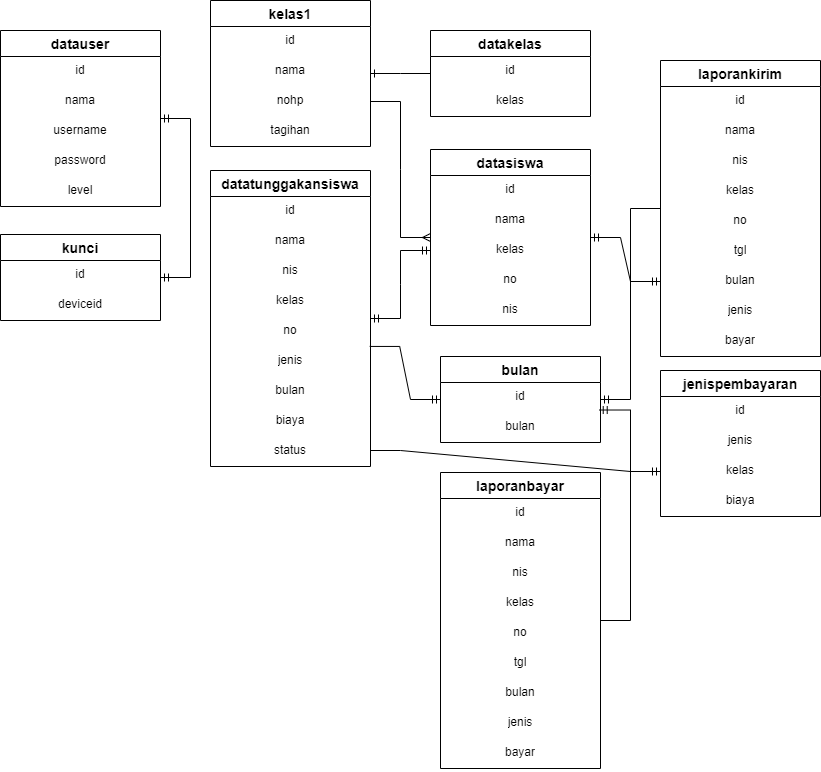
The draw.io diagram ERD.drawio.png in Dityaren/Diagram, before a commit. Source tidied: cells renumbered, new cells last; positions are measured from the earlier drawing's top-left corner, leaving out a move shared by most shapes.
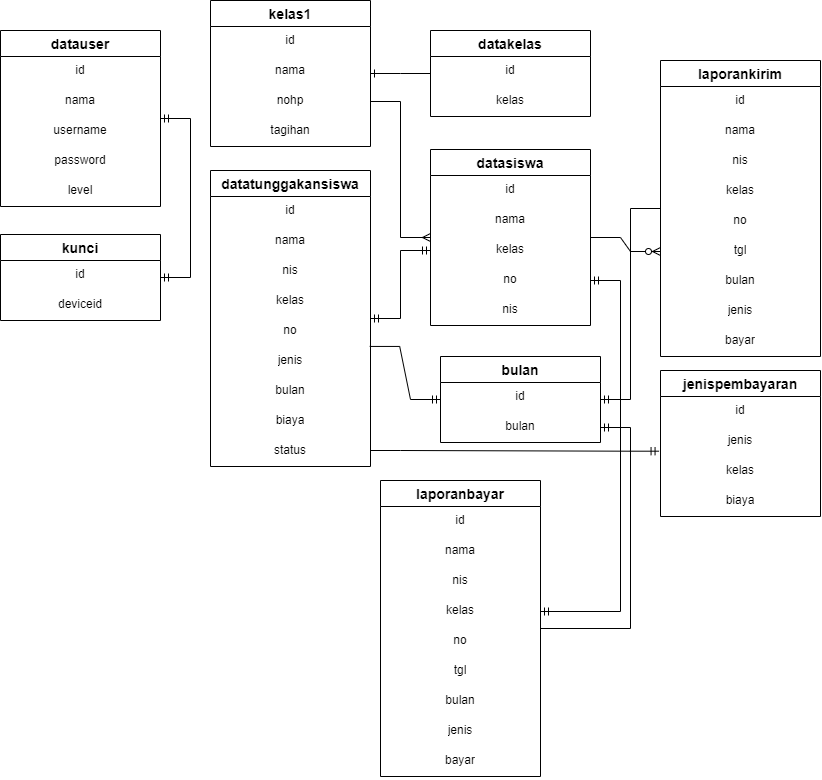
The same diagram one commit later.

Change to the diagram source:
```diff
@@ -156,7 +156,7 @@
       <mxGeometry y="116" width="160" height="30" as="geometry" />
     </mxCell>
     <mxCell id="53" value="laporanbayar" style="swimlane;fontStyle=1;horizontal=1;startSize=26;align=center;fontSize=14;" parent="1" vertex="1">
-      <mxGeometry x="440" y="472" width="160" height="296" as="geometry" />
+      <mxGeometry x="380" y="480" width="160" height="296" as="geometry" />
     </mxCell>
     <mxCell id="54" value="id" style="text;strokeColor=none;fillColor=none;spacingLeft=4;spacingRight=4;overflow=hidden;fontSize=12;align=center;" parent="53" vertex="1">
       <mxGeometry y="26" width="160" height="30" as="geometry" />
@@ -203,16 +203,19 @@
     <mxCell id="68" style="edgeStyle=entityRelationEdgeStyle;fontSize=12;html=1;endArrow=ERmandOne;rounded=0;" parent="1" edge="1" source="23" target="14">
       <mxGeometry relative="1" as="geometry" />
     </mxCell>
-    <mxCell id="69" style="edgeStyle=entityRelationEdgeStyle;fontSize=12;html=1;endArrow=ERmandOne;rounded=0;entryX=0.992;entryY=-0.083;entryDx=0;entryDy=0;entryPerimeter=0;" parent="1" edge="1" source="53" target="16">
+    <mxCell id="69" style="edgeStyle=entityRelationEdgeStyle;fontSize=12;html=1;endArrow=ERmandOne;rounded=0;" parent="1" edge="1" source="53" target="16">
       <mxGeometry relative="1" as="geometry" />
     </mxCell>
-    <mxCell id="70" style="edgeStyle=entityRelationEdgeStyle;fontSize=12;html=1;endArrow=ERmandOne;startArrow=ERmandOne;rounded=0;entryX=0;entryY=0.5;entryDx=0;entryDy=0;" parent="1" edge="1" source="17" target="30">
-      <mxGeometry relative="1" as="geometry" />
-    </mxCell>
-    <mxCell id="71" style="edgeStyle=entityRelationEdgeStyle;fontSize=12;html=1;endArrow=ERmandOne;rounded=0;entryX=0;entryY=0.5;entryDx=0;entryDy=0;" parent="1" edge="1" target="51">
+    <mxCell id="71" style="edgeStyle=entityRelationEdgeStyle;fontSize=12;html=1;endArrow=ERmandOne;rounded=0;entryX=-0.009;entryY=0.823;entryDx=0;entryDy=0;entryPerimeter=0;" parent="1" edge="1" target="50">
       <mxGeometry relative="1" as="geometry">
         <mxPoint x="370" y="450" as="sourcePoint" />
       </mxGeometry>
     </mxCell>
+    <mxCell id="72" style="edgeStyle=entityRelationEdgeStyle;fontSize=12;html=1;endArrow=ERzeroToMany;endFill=1;rounded=0;entryX=0;entryY=0.5;entryDx=0;entryDy=0;" parent="1" edge="1" source="17" target="29">
+      <mxGeometry relative="1" as="geometry" />
+    </mxCell>
+    <mxCell id="73" style="edgeStyle=entityRelationEdgeStyle;fontSize=12;html=1;endArrow=ERmandOne;startArrow=ERmandOne;rounded=0;spacingLeft=8;exitX=1;exitY=0.5;exitDx=0;exitDy=0;" parent="1" edge="1" source="57" target="21">
+      <mxGeometry relative="1" as="geometry" />
+    </mxCell>
   </root>
 </mxGraphModel>
```
